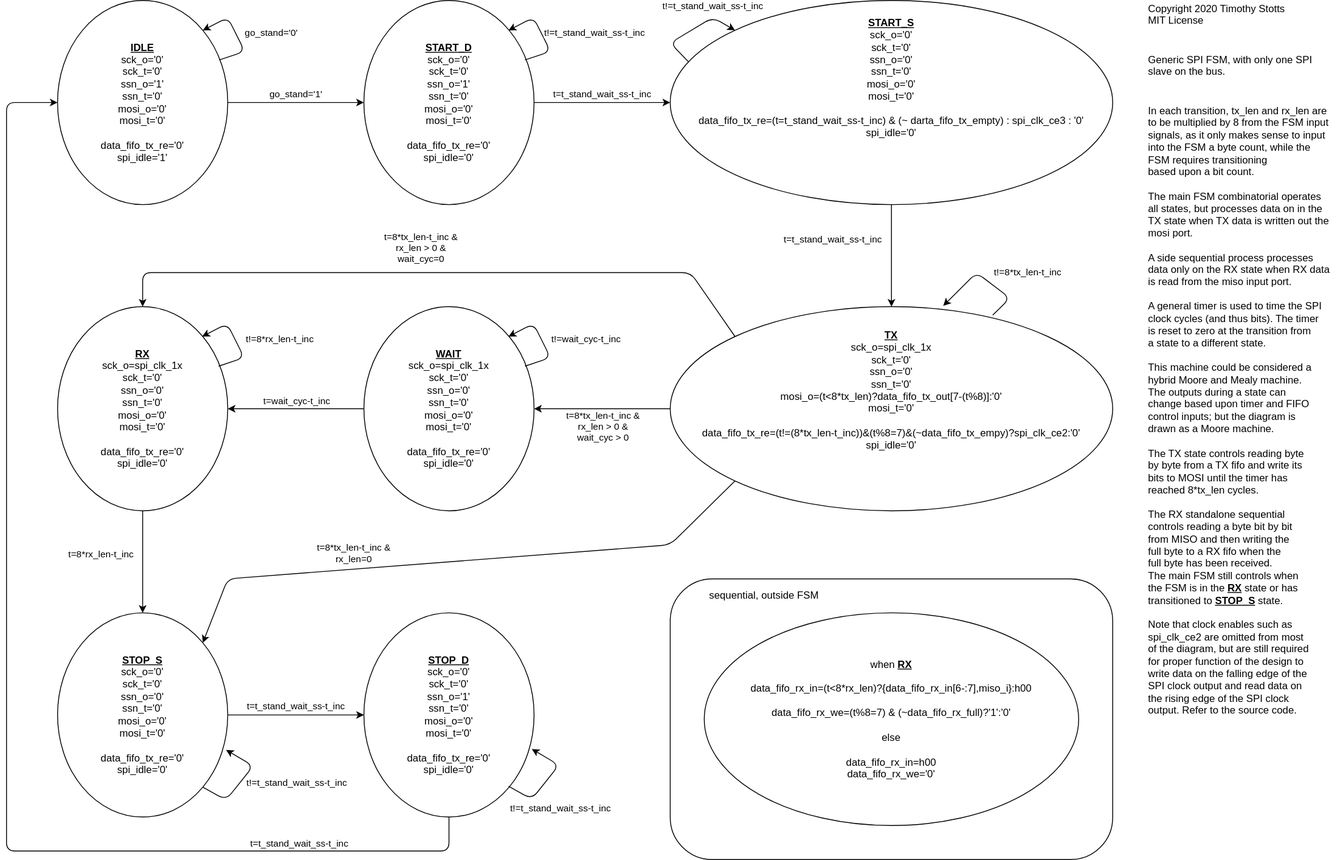
Before: ACL-Tester-Design-Documents/ACL-Tester-Design-Diagrams-SPI-generic-FSM.svg, a diagram exported from draw.io (timothystotts/fpga-serial-acl-tester-1). Source tidied: cells renumbered, new cells last; positions are measured from the earlier drawing's top-left corner, leaving out a move shared by most shapes.
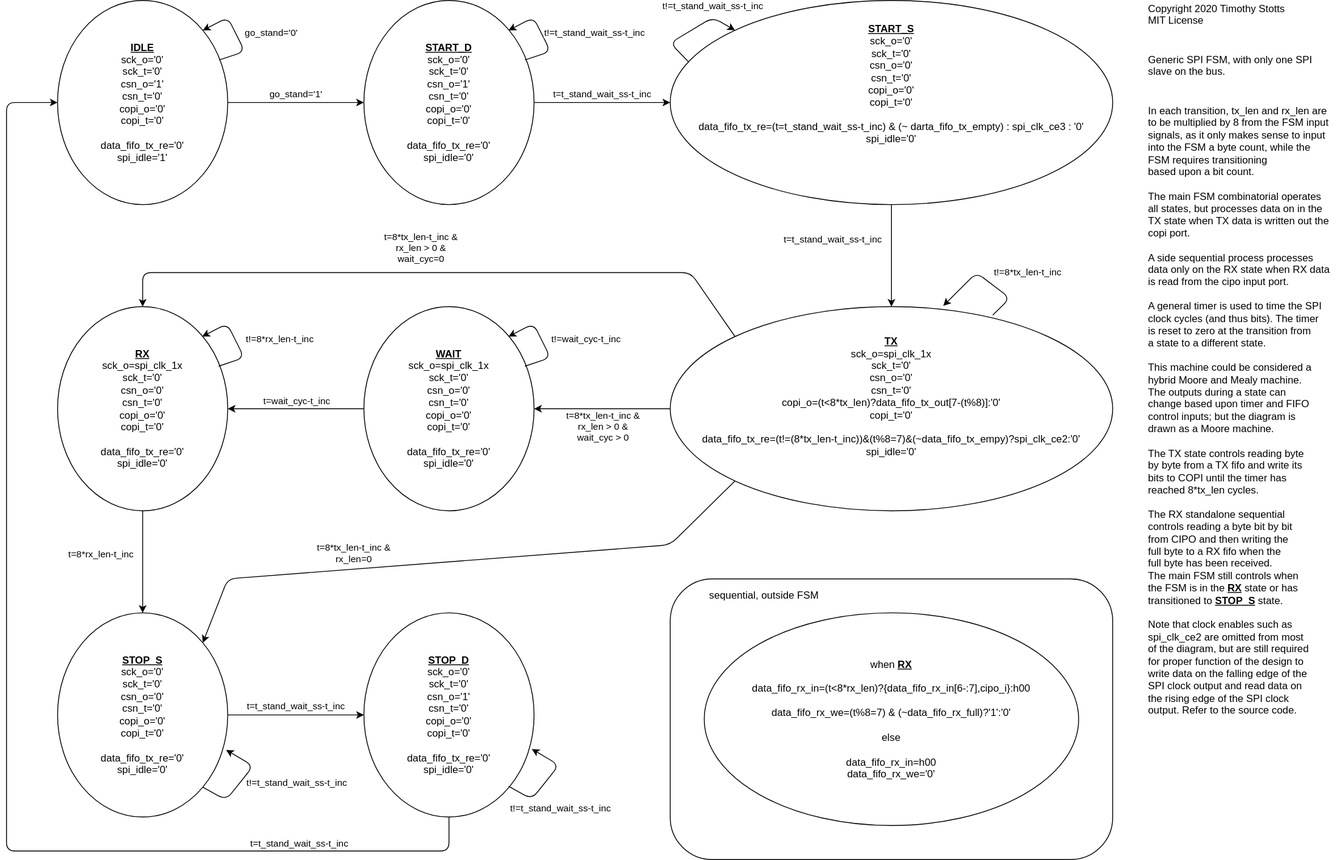
The same file after the commit.

Commit message:
ACL Tester Design Diagrams was updated to Revision 2B with a change to SPI port names to a newer naming convention that does not use obsolete and offensive standard industry terms.

What changed in the source:
```diff
@@ -2,10 +2,10 @@
   <root>
     <mxCell id="0" />
     <mxCell id="1" parent="0" />
-    <mxCell id="2" value="&lt;b&gt;&lt;u&gt;IDLE&lt;br&gt;&lt;/u&gt;&lt;/b&gt;sck_o='0'&lt;br&gt;sck_t='0'&lt;br&gt;ssn_o='1'&lt;br&gt;ssn_t='0'&lt;br&gt;mosi_o='0'&lt;br&gt;mosi_t='0'&lt;br&gt;&lt;br&gt;data_fifo_tx_re='0'&lt;br&gt;spi_idle='1'&lt;br&gt;" style="ellipse;whiteSpace=wrap;html=1;" parent="1" vertex="1">
+    <mxCell id="2" value="&lt;b&gt;&lt;u&gt;IDLE&lt;br&gt;&lt;/u&gt;&lt;/b&gt;sck_o='0'&lt;br&gt;sck_t='0'&lt;br&gt;csn_o='1'&lt;br&gt;csn_t='0'&lt;br&gt;copi_o='0'&lt;br&gt;copi_t='0'&lt;br&gt;&lt;br&gt;data_fifo_tx_re='0'&lt;br&gt;spi_idle='1'" style="ellipse;whiteSpace=wrap;html=1;" parent="1" vertex="1">
       <mxGeometry x="60" width="200" height="240" as="geometry" />
     </mxCell>
-    <mxCell id="3" value="&lt;b&gt;&lt;u&gt;START_D&lt;br&gt;&lt;/u&gt;&lt;/b&gt;sck_o='0'&lt;br&gt;sck_t='0'&lt;br&gt;ssn_o='1'&lt;br&gt;ssn_t='0'&lt;br&gt;mosi_o='0'&lt;br&gt;mosi_t='0'&lt;br&gt;&lt;br&gt;data_fifo_tx_re='0'&lt;br&gt;spi_idle='0'" style="ellipse;whiteSpace=wrap;html=1;" parent="1" vertex="1">
+    <mxCell id="3" value="&lt;b&gt;&lt;u&gt;START_D&lt;br&gt;&lt;/u&gt;&lt;/b&gt;sck_o='0'&lt;br&gt;sck_t='0'&lt;br&gt;csn_o='1'&lt;br&gt;csn_t='0'&lt;br&gt;copi_o='0'&lt;br&gt;copi_t='0'&lt;br&gt;&lt;br&gt;data_fifo_tx_re='0'&lt;br&gt;spi_idle='0'" style="ellipse;whiteSpace=wrap;html=1;" parent="1" vertex="1">
       <mxGeometry x="420" width="200" height="240" as="geometry" />
     </mxCell>
     <mxCell id="4" value="go_stand='1'" style="endArrow=classic;html=1;exitX=1;exitY=0.5;exitDx=0;exitDy=0;entryX=0;entryY=0.5;entryDx=0;entryDy=0;" parent="1" edge="1" source="2" target="3">
@@ -25,7 +25,7 @@
         <mxPoint x="41.8" y="1" as="offset" />
       </mxGeometry>
     </mxCell>
-    <mxCell id="7" value="&lt;b&gt;&lt;u&gt;START_S&lt;br&gt;&lt;/u&gt;&lt;/b&gt;sck_o='0'&lt;br&gt;sck_t='0'&lt;br&gt;ssn_o='0'&lt;br&gt;ssn_t='0'&lt;br&gt;mosi_o='0'&lt;br&gt;mosi_t='0'&lt;br&gt;&lt;br&gt;data_fifo_tx_re=(t=t_stand_wait_ss-t_inc) &amp;amp; (~ darta_fifo_tx_empty) : spi_clk_ce3 : '0'&lt;br&gt;spi_idle='0'&lt;br&gt;&lt;br&gt;&lt;br&gt;&lt;br&gt;&lt;br&gt;" style="ellipse;whiteSpace=wrap;html=1;" parent="1" vertex="1">
+    <mxCell id="7" value="&lt;b&gt;&lt;u&gt;START_S&lt;br&gt;&lt;/u&gt;&lt;/b&gt;sck_o='0'&lt;br&gt;sck_t='0'&lt;br&gt;csn_o='0'&lt;br&gt;csn_t='0'&lt;br&gt;copi_o='0'&lt;br&gt;copi_t='0'&lt;br&gt;&lt;br&gt;data_fifo_tx_re=(t=t_stand_wait_ss-t_inc) &amp;amp; (~ darta_fifo_tx_empty) : spi_clk_ce3 : '0'&lt;br&gt;spi_idle='0'&lt;br&gt;&lt;br&gt;&lt;br&gt;&lt;br&gt;" style="ellipse;whiteSpace=wrap;html=1;" parent="1" vertex="1">
       <mxGeometry x="780" width="520" height="240" as="geometry" />
     </mxCell>
     <mxCell id="8" value="t=t_stand_wait_ss-t_inc" style="endArrow=classic;html=1;exitX=1;exitY=0.5;exitDx=0;exitDy=0;entryX=0;entryY=0.5;entryDx=0;entryDy=0;" parent="1" edge="1" source="3" target="7">
@@ -46,7 +46,7 @@
         <mxPoint x="62.5" y="1" as="offset" />
       </mxGeometry>
     </mxCell>
-    <mxCell id="11" value="&lt;b&gt;&lt;u&gt;TX&lt;br&gt;&lt;/u&gt;&lt;/b&gt;sck_o=spi_clk_1x&lt;br&gt;sck_t='0'&lt;br&gt;ssn_o='0'&lt;br&gt;ssn_t='0'&lt;br&gt;mosi_o=(t&amp;lt;8*tx_len)?data_fifo_tx_out[7-(t%8)]:'0'&lt;br&gt;mosi_t='0'&lt;br&gt;&lt;br&gt;data_fifo_tx_re=(t!=(8*tx_len-t_inc))&amp;amp;(t%8=7)&amp;amp;(~data_fifo_tx_empy)?spi_clk_ce2:'0'&lt;br&gt;spi_idle='0'&lt;br&gt;&lt;br&gt;&lt;br&gt;&lt;br&gt;" style="ellipse;whiteSpace=wrap;html=1;" parent="1" vertex="1">
+    <mxCell id="11" value="&lt;b&gt;&lt;u&gt;TX&lt;br&gt;&lt;/u&gt;&lt;/b&gt;sck_o=spi_clk_1x&lt;br&gt;sck_t='0'&lt;br&gt;csn_o='0'&lt;br&gt;csn_t='0'&lt;br&gt;copi_o=(t&amp;lt;8*tx_len)?data_fifo_tx_out[7-(t%8)]:'0'&lt;br&gt;copi_t='0'&lt;br&gt;&lt;br&gt;data_fifo_tx_re=(t!=(8*tx_len-t_inc))&amp;amp;(t%8=7)&amp;amp;(~data_fifo_tx_empy)?spi_clk_ce2:'0'&lt;br&gt;spi_idle='0'&lt;br&gt;&lt;br&gt;&lt;br&gt;" style="ellipse;whiteSpace=wrap;html=1;" parent="1" vertex="1">
       <mxGeometry x="780" y="360" width="520" height="240" as="geometry" />
     </mxCell>
     <mxCell id="12" style="endArrow=classic;html=1;exitX=0.5;exitY=1;exitDx=0;exitDy=0;entryX=0.5;entryY=0;entryDx=0;entryDy=0;" parent="1" edge="1" source="7" target="11">
@@ -61,7 +61,7 @@
         <mxPoint x="-72" y="-12" as="offset" />
       </mxGeometry>
     </mxCell>
-    <mxCell id="14" value="&lt;b&gt;&lt;u&gt;WAIT&lt;br&gt;&lt;/u&gt;&lt;/b&gt;sck_o=spi_clk_1x&lt;br&gt;sck_t='0'&lt;br&gt;ssn_o='0'&lt;br&gt;ssn_t='0'&lt;br&gt;mosi_o='0'&lt;br&gt;mosi_t='0'&lt;br&gt;&lt;br&gt;data_fifo_tx_re='0'&lt;br&gt;spi_idle='0'" style="ellipse;whiteSpace=wrap;html=1;" parent="1" vertex="1">
+    <mxCell id="14" value="&lt;b&gt;&lt;u&gt;WAIT&lt;br&gt;&lt;/u&gt;&lt;/b&gt;sck_o=spi_clk_1x&lt;br&gt;sck_t='0'&lt;br&gt;csn_o='0'&lt;br&gt;csn_t='0'&lt;br&gt;copi_o='0'&lt;br&gt;copi_t='0'&lt;br&gt;&lt;br&gt;data_fifo_tx_re='0'&lt;br&gt;spi_idle='0'" style="ellipse;whiteSpace=wrap;html=1;" parent="1" vertex="1">
       <mxGeometry x="420" y="360" width="200" height="240" as="geometry" />
     </mxCell>
     <mxCell id="15" style="endArrow=classic;html=1;exitX=0;exitY=0.5;exitDx=0;exitDy=0;entryX=1;entryY=0.5;entryDx=0;entryDy=0;" parent="1" edge="1" source="11" target="14">
@@ -72,7 +72,7 @@
         <mxPoint y="22" as="offset" />
       </mxGeometry>
     </mxCell>
-    <mxCell id="17" value="&lt;b&gt;&lt;u&gt;RX&lt;br&gt;&lt;/u&gt;&lt;/b&gt;sck_o=spi_clk_1x&lt;br&gt;sck_t='0'&lt;br&gt;ssn_o='0'&lt;br&gt;ssn_t='0'&lt;br&gt;mosi_o='0'&lt;br&gt;mosi_t='0'&lt;br&gt;&lt;br&gt;data_fifo_tx_re='0'&lt;br&gt;spi_idle='0'" style="ellipse;whiteSpace=wrap;html=1;" parent="1" vertex="1">
+    <mxCell id="17" value="&lt;b&gt;&lt;u&gt;RX&lt;br&gt;&lt;/u&gt;&lt;/b&gt;sck_o=spi_clk_1x&lt;br&gt;sck_t='0'&lt;br&gt;csn_o='0'&lt;br&gt;csn_t='0'&lt;br&gt;copi_o='0'&lt;br&gt;copi_t='0'&lt;br&gt;&lt;br&gt;data_fifo_tx_re='0'&lt;br&gt;spi_idle='0'" style="ellipse;whiteSpace=wrap;html=1;" parent="1" vertex="1">
       <mxGeometry x="60" y="360" width="200" height="240" as="geometry" />
     </mxCell>
     <mxCell id="18" style="endArrow=classic;html=1;exitX=0;exitY=0.5;exitDx=0;exitDy=0;entryX=1;entryY=0.5;entryDx=0;entryDy=0;" parent="1" edge="1" source="14" target="17">
@@ -96,7 +96,7 @@
         <mxPoint x="34.9" y="-27" as="offset" />
       </mxGeometry>
     </mxCell>
-    <mxCell id="22" value="&lt;b&gt;&lt;u&gt;STOP_S&lt;br&gt;&lt;/u&gt;&lt;/b&gt;sck_o='0'&lt;br&gt;sck_t='0'&lt;br&gt;ssn_o='0'&lt;br&gt;ssn_t='0'&lt;br&gt;mosi_o='0'&lt;br&gt;mosi_t='0'&lt;br&gt;&lt;br&gt;data_fifo_tx_re='0'&lt;br&gt;spi_idle='0'" style="ellipse;whiteSpace=wrap;html=1;" parent="1" vertex="1">
+    <mxCell id="22" value="&lt;b&gt;&lt;u&gt;STOP_S&lt;br&gt;&lt;/u&gt;&lt;/b&gt;sck_o='0'&lt;br&gt;sck_t='0'&lt;br&gt;csn_o='0'&lt;br&gt;csn_t='0'&lt;br&gt;copi_o='0'&lt;br&gt;copi_t='0'&lt;br&gt;&lt;br&gt;data_fifo_tx_re='0'&lt;br&gt;spi_idle='0'" style="ellipse;whiteSpace=wrap;html=1;" parent="1" vertex="1">
       <mxGeometry x="60" y="720" width="200" height="240" as="geometry" />
     </mxCell>
     <mxCell id="23" style="endArrow=classic;html=1;exitX=0.5;exitY=1;exitDx=0;exitDy=0;entryX=0.5;entryY=0;entryDx=0;entryDy=0;" parent="1" edge="1" source="17" target="22">
@@ -134,7 +134,7 @@
         <mxPoint x="53.7" y="-4.8" as="offset" />
       </mxGeometry>
     </mxCell>
-    <mxCell id="29" value="&lt;b&gt;&lt;u&gt;STOP_D&lt;br&gt;&lt;/u&gt;&lt;/b&gt;sck_o='0'&lt;br&gt;sck_t='0'&lt;br&gt;ssn_o='1'&lt;br&gt;ssn_t='0'&lt;br&gt;mosi_o='0'&lt;br&gt;mosi_t='0'&lt;br&gt;&lt;br&gt;data_fifo_tx_re='0'&lt;br&gt;spi_idle='0'" style="ellipse;whiteSpace=wrap;html=1;" parent="1" vertex="1">
+    <mxCell id="29" value="&lt;b&gt;&lt;u&gt;STOP_D&lt;br&gt;&lt;/u&gt;&lt;/b&gt;sck_o='0'&lt;br&gt;sck_t='0'&lt;br&gt;csn_o='1'&lt;br&gt;csn_t='0'&lt;br&gt;copi_o='0'&lt;br&gt;copi_t='0'&lt;br&gt;&lt;br&gt;data_fifo_tx_re='0'&lt;br&gt;spi_idle='0'" style="ellipse;whiteSpace=wrap;html=1;" parent="1" vertex="1">
       <mxGeometry x="420" y="720" width="200" height="240" as="geometry" />
     </mxCell>
     <mxCell id="30" value="t=t_stand_wait_ss-t_inc" style="endArrow=classic;html=1;exitX=1;exitY=0.5;exitDx=0;exitDy=0;entryX=0;entryY=0.5;entryDx=0;entryDy=0;" parent="1" edge="1" source="22" target="29">
@@ -157,10 +157,10 @@
     <mxCell id="33" style="rounded=1;whiteSpace=wrap;html=1;" parent="1" vertex="1">
       <mxGeometry x="780" y="680" width="520" height="330" as="geometry" />
     </mxCell>
-    <mxCell id="34" value="when&amp;nbsp;&lt;u style=&quot;font-weight: bold&quot;&gt;RX&lt;/u&gt;&lt;br&gt;&lt;br&gt;data_fifo_rx_in=(t&amp;lt;8*rx_len)?{data_fifo_rx_in[6-:7],miso_i}:h00&lt;br&gt;&lt;br&gt;data_fifo_rx_we=(t%8=7) &amp;amp; (~data_fifo_rx_full)?'1':'0'&lt;br&gt;&lt;br&gt;else&lt;br&gt;&lt;br&gt;data_fifo_rx_in=h00&lt;br&gt;data_fifo_rx_we='0'" style="ellipse;whiteSpace=wrap;html=1;" parent="1" vertex="1">
+    <mxCell id="34" value="when&amp;nbsp;&lt;u style=&quot;font-weight: bold&quot;&gt;RX&lt;/u&gt;&lt;br&gt;&lt;br&gt;data_fifo_rx_in=(t&amp;lt;8*rx_len)?{data_fifo_rx_in[6-:7],cipo_i}:h00&lt;br&gt;&lt;br&gt;data_fifo_rx_we=(t%8=7) &amp;amp; (~data_fifo_rx_full)?'1':'0'&lt;br&gt;&lt;br&gt;else&lt;br&gt;&lt;br&gt;data_fifo_rx_in=h00&lt;br&gt;data_fifo_rx_we='0'" style="ellipse;whiteSpace=wrap;html=1;" parent="1" vertex="1">
       <mxGeometry x="820" y="720" width="440" height="250" as="geometry" />
     </mxCell>
-    <mxCell id="35" value="In each transition, tx_len and rx_len are&lt;br&gt;to be multiplied by 8 from the FSM input&lt;br&gt;signals, as it only makes sense to input&lt;br&gt;into the FSM a byte count, while the&lt;br&gt;FSM requires transitioning&lt;br&gt;based upon a bit count.&lt;br&gt;&lt;br&gt;The main FSM combinatorial operates&lt;br&gt;all states, but processes data on in the&lt;br&gt;TX state when TX data is written out the&lt;br&gt;mosi port.&lt;br&gt;&lt;br&gt;A side sequential process processes&lt;br&gt;data only on the RX state when RX data&lt;br&gt;is read from the miso input port.&lt;br&gt;&lt;br&gt;A general timer is used to time the SPI&lt;br&gt;clock cycles (and thus bits). The timer&lt;br&gt;is reset to zero at the transition from&lt;br&gt;a state to a different state.&lt;br&gt;&lt;br&gt;This machine could be considered a&lt;br&gt;hybrid Moore and Mealy machine.&lt;br&gt;The outputs during a state can&lt;br&gt;change based upon timer and FIFO&lt;br&gt;control inputs; but the diagram is&lt;br&gt;drawn as a Moore machine.&lt;br&gt;&lt;br&gt;The TX state controls reading byte&lt;br&gt;by byte from a TX fifo and write its&lt;br&gt;bits to MOSI until the timer has&lt;br&gt;reached 8*tx_len cycles.&lt;br&gt;&lt;br&gt;The RX standalone sequential&lt;br&gt;controls reading a byte bit by bit&lt;br&gt;from MISO and then writing the&lt;br&gt;full byte to a RX fifo when the&lt;br&gt;full byte has been received.&lt;br&gt;The main FSM still controls when&lt;br&gt;the FSM is in the &lt;u style=&quot;font-weight: bold&quot;&gt;RX&lt;/u&gt;&amp;nbsp;state or has&lt;br&gt;transitioned to &lt;b&gt;&lt;u&gt;STOP_S&lt;/u&gt;&lt;/b&gt; state.&lt;br&gt;&lt;br&gt;Note that clock enables such as&lt;br&gt;spi_clk_ce2 are omitted from most&lt;br&gt;of the diagram, but are still required&lt;br&gt;for proper function of the design to&lt;br&gt;write data on the falling edge of the&lt;br&gt;SPI clock output and read data on&lt;br&gt;the rising edge of the SPI clock&lt;br&gt;output. Refer to the source code." style="text;html=1;align=left;verticalAlign=top;spacingTop=-4;" parent="1" vertex="1">
+    <mxCell id="35" value="In each transition, tx_len and rx_len are&lt;br&gt;to be multiplied by 8 from the FSM input&lt;br&gt;signals, as it only makes sense to input&lt;br&gt;into the FSM a byte count, while the&lt;br&gt;FSM requires transitioning&lt;br&gt;based upon a bit count.&lt;br&gt;&lt;br&gt;The main FSM combinatorial operates&lt;br&gt;all states, but processes data on in the&lt;br&gt;TX state when TX data is written out the&lt;br&gt;copi port.&lt;br&gt;&lt;br&gt;A side sequential process processes&lt;br&gt;data only on the RX state when RX data&lt;br&gt;is read from the cipo input port.&lt;br&gt;&lt;br&gt;A general timer is used to time the SPI&lt;br&gt;clock cycles (and thus bits). The timer&lt;br&gt;is reset to zero at the transition from&lt;br&gt;a state to a different state.&lt;br&gt;&lt;br&gt;This machine could be considered a&lt;br&gt;hybrid Moore and Mealy machine.&lt;br&gt;The outputs during a state can&lt;br&gt;change based upon timer and FIFO&lt;br&gt;control inputs; but the diagram is&lt;br&gt;drawn as a Moore machine.&lt;br&gt;&lt;br&gt;The TX state controls reading byte&lt;br&gt;by byte from a TX fifo and write its&lt;br&gt;bits to COPI until the timer has&lt;br&gt;reached 8*tx_len cycles.&lt;br&gt;&lt;br&gt;The RX standalone sequential&lt;br&gt;controls reading a byte bit by bit&lt;br&gt;from CIPO and then writing the&lt;br&gt;full byte to a RX fifo when the&lt;br&gt;full byte has been received.&lt;br&gt;The main FSM still controls when&lt;br&gt;the FSM is in the &lt;u style=&quot;font-weight: bold&quot;&gt;RX&lt;/u&gt;&amp;nbsp;state or has&lt;br&gt;transitioned to &lt;b&gt;&lt;u&gt;STOP_S&lt;/u&gt;&lt;/b&gt; state.&lt;br&gt;&lt;br&gt;Note that clock enables such as&lt;br&gt;spi_clk_ce2 are omitted from most&lt;br&gt;of the diagram, but are still required&lt;br&gt;for proper function of the design to&lt;br&gt;write data on the falling edge of the&lt;br&gt;SPI clock output and read data on&lt;br&gt;the rising edge of the SPI clock&lt;br&gt;output. Refer to the source code." style="text;html=1;align=left;verticalAlign=top;spacingTop=-4;" parent="1" vertex="1">
       <mxGeometry x="1340" y="120" width="230" height="700" as="geometry" />
     </mxCell>
     <mxCell id="36" value="Generic SPI FSM, with only one SPI&lt;br&gt;slave on the bus." style="text;html=1;align=left;verticalAlign=top;spacingTop=-4;" parent="1" vertex="1">
```
